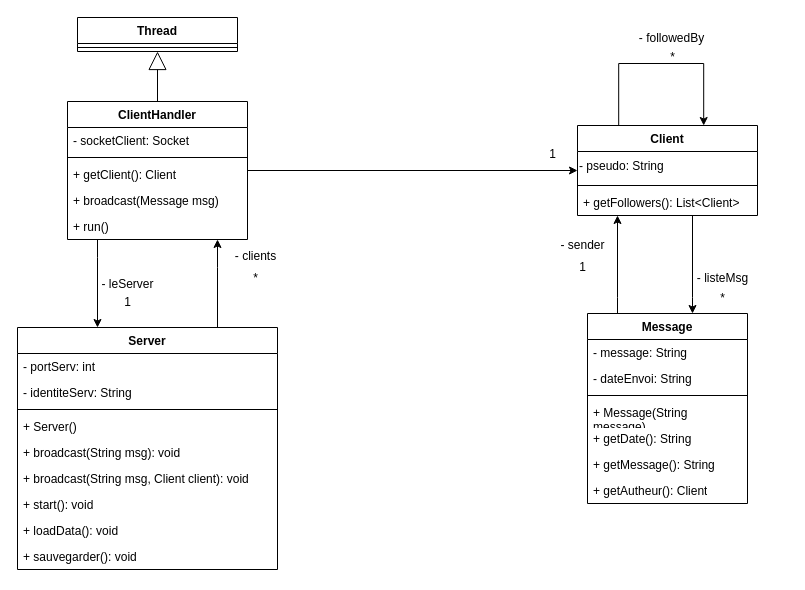
Before: Diagramme sans nom.drawio in DorianLudm/TuitO, a draw.io diagram. Source tidied: cells renumbered, new cells numbered last; positions are measured from the earlier drawing's top-left corner, leaving out a move shared by most shapes. Both pictures are drawn from the tidied source at 100%, with x=0, y=0 at pixel (17, 17).
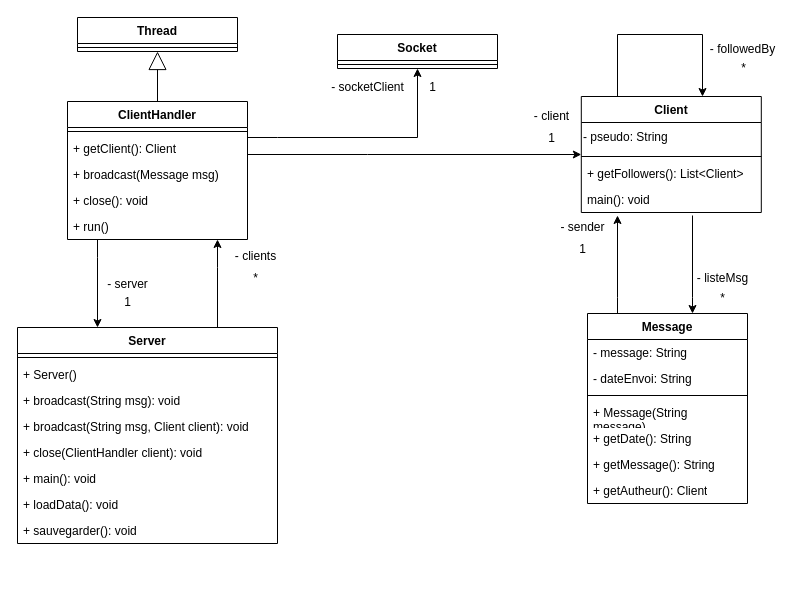
After the change.

Commit message:
Maj diagramme

Unchanged cells that the change refers to:
```xml
<mxCell id="44" value="ClientHandler" style="swimlane;fontStyle=1;align=center;verticalAlign=top;horizontal=1;startSize=26;whiteSpace=wrap;html=1;" parent="1" vertex="1">
  <mxGeometry x="50" y="84" width="180" height="138" as="geometry" />
</mxCell>
```

Change to the diagram source:
```diff
@@
     <mxCell id="3" value="Server" style="swimlane;fontStyle=1;align=center;verticalAlign=top;horizontal=1;startSize=26;whiteSpace=wrap;html=1;" parent="1" vertex="1">
-      <mxGeometry y="310" width="260" height="242" as="geometry" />
+      <mxGeometry y="310" width="260" height="216" as="geometry" />
     </mxCell>
-    <mxCell id="4" value="- portServ: int" style="text;strokeColor=none;fillColor=none;align=left;verticalAlign=top;spacingLeft=4;spacingRight=4;overflow=hidden;whiteSpace=wrap;html=1;" parent="3" vertex="1">
-      <mxGeometry y="26" width="260" height="26" as="geometry" />
-    </mxCell>
-    <mxCell id="5" value="- identiteServ: String" style="text;strokeColor=none;fillColor=none;align=left;verticalAlign=top;spacingLeft=4;spacingRight=4;overflow=hidden;whiteSpace=wrap;html=1;" parent="3" vertex="1">
-      <mxGeometry y="52" width="260" height="26" as="geometry" />
-    </mxCell>
     <mxCell id="6" style="line;strokeWidth=1;fillColor=none;align=left;verticalAlign=middle;spacingTop=-1;spacingLeft=3;spacingRight=3;labelPosition=right;strokeColor=inherit;" parent="3" vertex="1">
-      <mxGeometry y="78" width="260" height="8" as="geometry" />
+      <mxGeometry y="26" width="260" height="8" as="geometry" />
     </mxCell>
     <mxCell id="7" value="+ Server()" style="text;strokeColor=none;fillColor=none;align=left;verticalAlign=top;spacingLeft=4;spacingRight=4;overflow=hidden;whiteSpace=wrap;html=1;" parent="3" vertex="1">
-      <mxGeometry y="86" width="260" height="26" as="geometry" />
+      <mxGeometry y="34" width="260" height="26" as="geometry" />
     </mxCell>
     <mxCell id="8" value="+ broadcast(String msg): void" style="text;strokeColor=none;fillColor=none;align=left;verticalAlign=top;spacingLeft=4;spacingRight=4;overflow=hidden;whiteSpace=wrap;html=1;" parent="3" vertex="1">
-      <mxGeometry y="112" width="260" height="26" as="geometry" />
+      <mxGeometry y="60" width="260" height="26" as="geometry" />
     </mxCell>
     <mxCell id="9" value="+ broadcast(String msg, Client client): void" style="text;strokeColor=none;fillColor=none;align=left;verticalAlign=top;spacingLeft=4;spacingRight=4;overflow=hidden;whiteSpace=wrap;html=1;" parent="3" vertex="1">
-      <mxGeometry y="138" width="260" height="26" as="geometry" />
+      <mxGeometry y="86" width="260" height="26" as="geometry" />
     </mxCell>
+    <mxCell id="50" value="+ close(ClientHandler client): void" style="text;strokeColor=none;fillColor=none;align=left;verticalAlign=top;spacingLeft=4;spacingRight=4;overflow=hidden;whiteSpace=wrap;html=1;" parent="3" vertex="1">
+      <mxGeometry y="112" width="260" height="26" as="geometry" />
+    </mxCell>
-    <mxCell id="10" value="+ start(): void" style="text;strokeColor=none;fillColor=none;align=left;verticalAlign=top;spacingLeft=4;spacingRight=4;overflow=hidden;whiteSpace=wrap;html=1;" parent="3" vertex="1">
-      <mxGeometry y="164" width="260" height="26" as="geometry" />
+    <mxCell id="10" value="+ main(): void" style="text;strokeColor=none;fillColor=none;align=left;verticalAlign=top;spacingLeft=4;spacingRight=4;overflow=hidden;whiteSpace=wrap;html=1;" parent="3" vertex="1">
+      <mxGeometry y="138" width="260" height="26" as="geometry" />
     </mxCell>
     <mxCell id="11" value="+ loadData(): void" style="text;strokeColor=none;fillColor=none;align=left;verticalAlign=top;spacingLeft=4;spacingRight=4;overflow=hidden;whiteSpace=wrap;html=1;" parent="3" vertex="1">
-      <mxGeometry y="190" width="260" height="26" as="geometry" />
+      <mxGeometry y="164" width="260" height="26" as="geometry" />
     </mxCell>
     <mxCell id="12" value="+ sauvegarder(): void" style="text;strokeColor=none;fillColor=none;align=left;verticalAlign=top;spacingLeft=4;spacingRight=4;overflow=hidden;whiteSpace=wrap;html=1;" parent="3" vertex="1">
-      <mxGeometry y="216" width="260" height="26" as="geometry" />
+      <mxGeometry y="190" width="260" height="26" as="geometry" />
     </mxCell>
     <mxCell id="13" style="edgeStyle=orthogonalEdgeStyle;rounded=0;jettySize=auto;html=1;" parent="1" edge="1" source="44" target="16">
-      <mxGeometry relative="1" as="geometry" />
+      <mxGeometry relative="1" as="geometry">
+        <Array as="points">
+          <mxPoint x="350" y="137" />
+          <mxPoint x="350" y="137" />
+        </Array>
+      </mxGeometry>
     </mxCell>
@@
     <mxCell id="16" value="Client" style="swimlane;fontStyle=1;align=center;verticalAlign=top;horizontal=1;startSize=26;whiteSpace=wrap;html=1;" parent="1" vertex="1">
-      <mxGeometry x="560" y="108" width="180" height="90" as="geometry" />
+      <mxGeometry x="563.8" y="79" width="180" height="116" as="geometry" />
     </mxCell>
@@
+    <mxCell id="51" value="main(): void" style="text;strokeColor=none;fillColor=none;align=left;verticalAlign=top;spacingLeft=4;spacingRight=4;overflow=hidden;whiteSpace=wrap;html=1;" parent="16" vertex="1">
+      <mxGeometry y="90" width="180" height="26" as="geometry" />
+    </mxCell>
@@
     <mxCell id="29" value="- sender" style="text;html=1;align=center;verticalAlign=middle;strokeColor=none;fillColor=none;" parent="1" vertex="1">
-      <mxGeometry x="530" y="213" width="70" height="30" as="geometry" />
+      <mxGeometry x="530" y="195" width="70" height="30" as="geometry" />
     </mxCell>
@@
     <mxCell id="32" value="1" style="text;html=1;align=center;verticalAlign=middle;strokeColor=none;fillColor=none;" parent="1" vertex="1">
-      <mxGeometry x="550" y="235" width="30" height="30" as="geometry" />
+      <mxGeometry x="550" y="217" width="30" height="30" as="geometry" />
     </mxCell>
     <mxCell id="33" value="1" style="text;html=1;align=center;verticalAlign=middle;strokeColor=none;fillColor=none;" parent="1" vertex="1">
-      <mxGeometry x="520" y="122" width="30" height="30" as="geometry" />
+      <mxGeometry x="518.8" y="106" width="30" height="30" as="geometry" />
     </mxCell>
@@
-    <mxCell id="36" value="- leServer" style="text;html=1;align=center;verticalAlign=middle;strokeColor=none;fillColor=none;" parent="1" vertex="1">
-      <mxGeometry x="70" y="252" width="80" height="30" as="geometry" />
+    <mxCell id="36" value="- server" style="text;html=1;align=center;verticalAlign=middle;strokeColor=none;fillColor=none;" parent="1" vertex="1">
+      <mxGeometry x="80" y="252" width="60" height="30" as="geometry" />
     </mxCell>
@@
     <mxCell id="41" style="edgeStyle=orthogonalEdgeStyle;rounded=0;orthogonalLoop=1;jettySize=auto;html=1;" parent="1" edge="1">
       <mxGeometry relative="1" as="geometry">
-        <mxPoint x="601.2" y="108" as="sourcePoint" />
-        <mxPoint x="686.2" y="108" as="targetPoint" />
+        <mxPoint x="600" y="79" as="sourcePoint" />
+        <mxPoint x="685" y="79" as="targetPoint" />
         <Array as="points">
-          <mxPoint x="601.2" y="46" />
-          <mxPoint x="686.2" y="46" />
+          <mxPoint x="600" y="17" />
+          <mxPoint x="685" y="17" />
         </Array>
       </mxGeometry>
     </mxCell>
     <mxCell id="42" value="- followedBy" style="text;html=1;align=center;verticalAlign=middle;strokeColor=none;fillColor=none;" parent="1" vertex="1">
-      <mxGeometry x="608.8" y="6" width="90" height="30" as="geometry" />
+      <mxGeometry x="680" y="17" width="90" height="30" as="geometry" />
     </mxCell>
     <mxCell id="43" value="*" style="text;html=1;align=center;verticalAlign=middle;strokeColor=none;fillColor=none;" parent="1" vertex="1">
-      <mxGeometry x="640" y="25" width="30" height="30" as="geometry" />
+      <mxGeometry x="711.2" y="36" width="30" height="30" as="geometry" />
     </mxCell>
+    <mxCell id="52" style="edgeStyle=orthogonalEdgeStyle;rounded=0;jettySize=auto;html=1;" parent="1" edge="1" source="44" target="55">
+      <mxGeometry relative="1" as="geometry">
+        <Array as="points">
+          <mxPoint x="260" y="120" />
+          <mxPoint x="260" y="120" />
+        </Array>
+      </mxGeometry>
+    </mxCell>
@@
-    <mxCell id="45" value="- socketClient: Socket" style="text;strokeColor=none;fillColor=none;align=left;verticalAlign=top;spacingLeft=4;spacingRight=4;overflow=hidden;whiteSpace=wrap;html=1;" parent="44" vertex="1">
-      <mxGeometry y="26" width="180" height="26" as="geometry" />
-    </mxCell>
     <mxCell id="46" style="line;strokeWidth=1;fillColor=none;align=left;verticalAlign=middle;spacingTop=-1;spacingLeft=3;spacingRight=3;labelPosition=right;strokeColor=inherit;" parent="44" vertex="1">
-      <mxGeometry y="52" width="180" height="8" as="geometry" />
+      <mxGeometry y="26" width="180" height="8" as="geometry" />
     </mxCell>
     <mxCell id="47" value="+ getClient(): Client" style="text;strokeColor=none;fillColor=none;align=left;verticalAlign=top;spacingLeft=4;spacingRight=4;overflow=hidden;whiteSpace=wrap;html=1;" parent="44" vertex="1">
-      <mxGeometry y="60" width="180" height="26" as="geometry" />
+      <mxGeometry y="34" width="180" height="26" as="geometry" />
     </mxCell>
     <mxCell id="48" value="+ broadcast(Message msg)" style="text;strokeColor=none;fillColor=none;align=left;verticalAlign=top;spacingLeft=4;spacingRight=4;overflow=hidden;whiteSpace=wrap;html=1;" parent="44" vertex="1">
-      <mxGeometry y="86" width="180" height="26" as="geometry" />
+      <mxGeometry y="60" width="180" height="26" as="geometry" />
     </mxCell>
+    <mxCell id="53" value="+ close(): void" style="text;strokeColor=none;fillColor=none;align=left;verticalAlign=top;spacingLeft=4;spacingRight=4;overflow=hidden;whiteSpace=wrap;html=1;" parent="44" vertex="1">
+      <mxGeometry y="86" width="180" height="26" as="geometry" />
+    </mxCell>
@@
+    <mxCell id="54" value="- client" style="text;html=1;align=center;verticalAlign=middle;strokeColor=none;fillColor=none;" parent="1" vertex="1">
+      <mxGeometry x="503.8" y="84" width="60" height="30" as="geometry" />
+    </mxCell>
+    <mxCell id="55" value="Socket" style="swimlane;fontStyle=1;align=center;verticalAlign=top;horizontal=1;startSize=26;whiteSpace=wrap;html=1;" parent="1" vertex="1">
+      <mxGeometry x="320" y="17" width="160" height="34" as="geometry" />
+    </mxCell>
+    <mxCell id="56" style="line;strokeWidth=1;fillColor=none;align=left;verticalAlign=middle;spacingTop=-1;spacingLeft=3;spacingRight=3;labelPosition=right;strokeColor=inherit;" parent="55" vertex="1">
+      <mxGeometry y="26" width="160" height="8" as="geometry" />
+    </mxCell>
+    <mxCell id="57" value="1" style="text;html=1;align=center;verticalAlign=middle;strokeColor=none;fillColor=none;" parent="1" vertex="1">
+      <mxGeometry x="400" y="55" width="30" height="30" as="geometry" />
+    </mxCell>
+    <mxCell id="58" value="- socketClient" style="text;html=1;align=center;verticalAlign=middle;strokeColor=none;fillColor=none;" parent="1" vertex="1">
+      <mxGeometry x="300" y="55" width="100" height="30" as="geometry" />
+    </mxCell>
```
